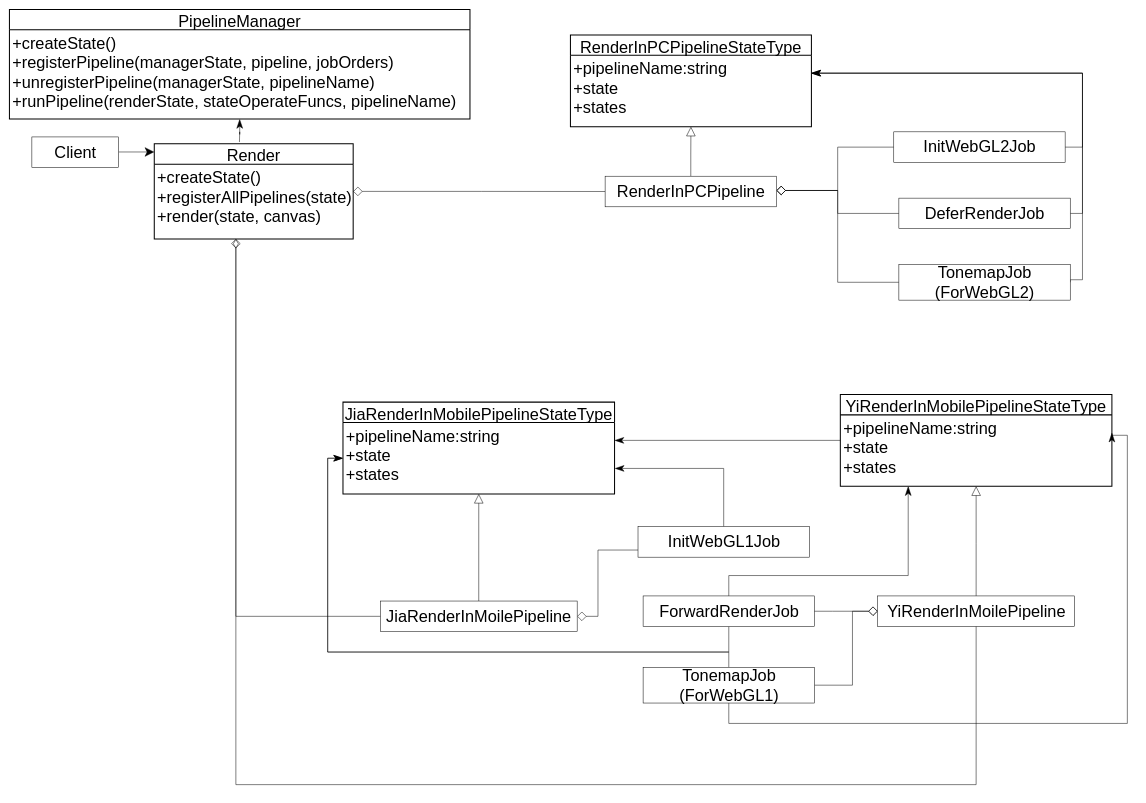
The draw.io diagram packages/管道模式/story_improve/UML.drawio in yyc-git/3DProgramPattern, before the edit. Source tidied: cells renumbered, new cells numbered last; positions are measured from the earlier drawing's top-left corner, leaving out a move shared by most shapes. Both pictures are drawn from the tidied source at 51%, with x=0, y=0 at pixel (9, 9).
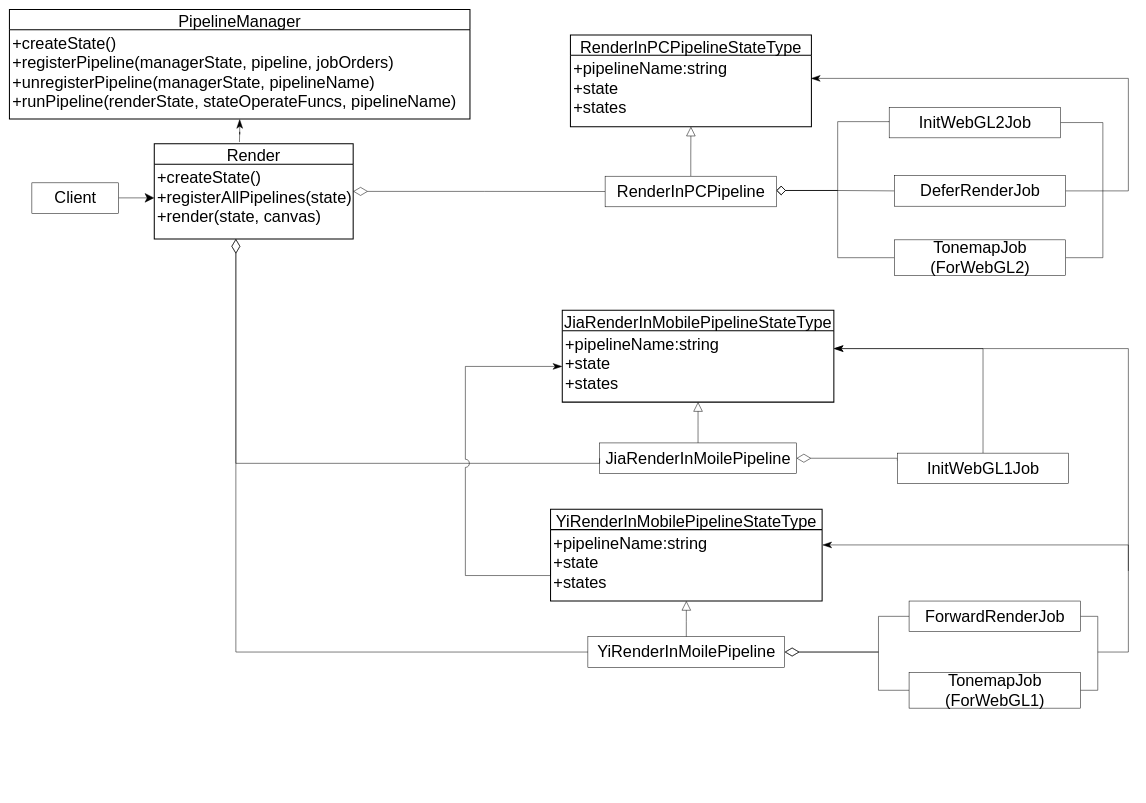
The same diagram, later.

Unchanged cells that the change refers to:
```xml
<mxCell id="7" value="Render" style="swimlane;horizontal=1;startSize=40;rounded=0;fontSize=32;fontStyle=0;strokeWidth=2;shadow=0;dashed=0;align=center;" parent="1" vertex="1">
  <mxGeometry x="284" y="263.5" width="390" height="186.5" as="geometry" />
</mxCell>
<mxCell id="8" value="+createState()&#10;+registerAllPipelines(state)&#10;+render(state, canvas)" style="align=left;strokeColor=none;fillColor=none;spacingLeft=4;fontSize=32;verticalAlign=top;" parent="7" vertex="1">
  <mxGeometry y="40" width="390" height="146.5" as="geometry" />
</mxCell>
<mxCell id="12" value="+pipelineName:string&#10;+state&#10;+states" style="align=left;strokeColor=none;fillColor=none;spacingLeft=4;fontSize=32;verticalAlign=top;" parent="11" vertex="1">
  <mxGeometry y="40" width="472.5" height="140" as="geometry" />
</mxCell>
<mxCell id="15" value="RenderInPCPipeline" style="html=1;fontSize=32;" parent="1" vertex="1">
  <mxGeometry x="1168" y="327" width="336" height="60" as="geometry" />
</mxCell>
<mxCell id="23" value="+pipelineName:string&#10;+state&#10;+states" style="align=left;strokeColor=none;fillColor=none;spacingLeft=4;fontSize=32;verticalAlign=top;" parent="22" vertex="1">
  <mxGeometry y="40" width="532.5" height="140" as="geometry" />
</mxCell>
<mxCell id="26" value="+pipelineName:string&#10;+state&#10;+states" style="align=left;strokeColor=none;fillColor=none;spacingLeft=4;fontSize=32;verticalAlign=top;" parent="25" vertex="1">
  <mxGeometry y="40" width="532.5" height="140" as="geometry" />
</mxCell>
```

Diff of the diagram source:
```diff
@@
-    <mxCell id="2" style="edgeStyle=orthogonalEdgeStyle;rounded=0;orthogonalLoop=1;jettySize=auto;html=1;endArrow=none;endFill=0;startSize=16;endSize=16;exitX=1;exitY=0.5;exitDx=0;exitDy=0;entryX=0;entryY=0.5;entryDx=0;entryDy=0;startArrow=diamond;startFill=0;" parent="1" edge="1">
+    <mxCell id="2" style="edgeStyle=orthogonalEdgeStyle;rounded=0;orthogonalLoop=1;jettySize=auto;html=1;endArrow=none;endFill=0;startSize=16;endSize=16;exitX=1;exitY=0.5;exitDx=0;exitDy=0;startArrow=diamond;startFill=0;" parent="1" edge="1">
       <mxGeometry relative="1" as="geometry">
         <mxPoint x="1504" y="355" as="sourcePoint" />
-        <mxPoint x="1734" y="270" as="targetPoint" />
+        <mxPoint x="1724" y="220" as="targetPoint" />
         <Array as="points">
           <mxPoint x="1624" y="355" />
-          <mxPoint x="1624" y="270" />
+          <mxPoint x="1624" y="220" />
+          <mxPoint x="1734" y="220" />
         </Array>
       </mxGeometry>
     </mxCell>
@@
-    <mxCell id="6" style="edgeStyle=orthogonalEdgeStyle;rounded=0;jettySize=auto;html=1;entryX=0;entryY=0.5;entryDx=0;entryDy=0;endArrow=none;endFill=0;startSize=16;endSize=16;startArrow=diamond;startFill=0;" parent="1" edge="1" source="7" target="15">
+    <mxCell id="6" style="edgeStyle=orthogonalEdgeStyle;rounded=0;jettySize=auto;html=1;entryX=0;entryY=0.5;entryDx=0;entryDy=0;endArrow=none;endFill=0;startSize=26;endSize=26;startArrow=diamondThin;startFill=0;" parent="1" edge="1" source="7" target="15">
       <mxGeometry relative="1" as="geometry" />
     </mxCell>
@@
     <mxCell id="9" style="edgeStyle=orthogonalEdgeStyle;rounded=0;jettySize=auto;html=1;fontSize=28;endArrow=classic;endFill=1;startSize=16;endSize=16;" parent="1" edge="1" source="10">
       <mxGeometry relative="1" as="geometry">
-        <mxPoint x="284" y="279.5" as="targetPoint" />
+        <mxPoint x="284" y="369.5" as="targetPoint" />
       </mxGeometry>
     </mxCell>
     <mxCell id="10" value="Client" style="html=1;fontSize=32;" parent="1" vertex="1">
-      <mxGeometry x="44" y="250" width="170" height="60" as="geometry" />
+      <mxGeometry x="44" y="340" width="170" height="60" as="geometry" />
     </mxCell>
@@
     <mxCell id="13" style="edgeStyle=orthogonalEdgeStyle;rounded=0;jettySize=auto;html=1;entryX=0;entryY=0.5;entryDx=0;entryDy=0;endArrow=none;endFill=0;endSize=16;startSize=16;startArrow=diamond;startFill=0;" parent="1" edge="1" source="15" target="19">
       <mxGeometry relative="1" as="geometry">
         <Array as="points">
           <mxPoint x="1624" y="355" />
-          <mxPoint x="1624" y="400" />
+          <mxPoint x="1624" y="356" />
         </Array>
       </mxGeometry>
     </mxCell>
     <mxCell id="14" style="edgeStyle=orthogonalEdgeStyle;rounded=0;jettySize=auto;html=1;entryX=0;entryY=0.5;entryDx=0;entryDy=0;endArrow=none;endFill=0;startSize=16;endSize=16;startArrow=diamond;startFill=0;" parent="1" edge="1" source="15" target="21">
       <mxGeometry relative="1" as="geometry">
         <Array as="points">
           <mxPoint x="1624" y="355" />
-          <mxPoint x="1624" y="535" />
+          <mxPoint x="1624" y="487" />
         </Array>
       </mxGeometry>
     </mxCell>
@@
-    <mxCell id="16" style="edgeStyle=orthogonalEdgeStyle;rounded=0;jettySize=auto;html=1;entryX=1;entryY=0.25;entryDx=0;entryDy=0;endArrow=classicThin;endFill=1;startSize=16;endSize=16;exitX=1;exitY=0.5;exitDx=0;exitDy=0;" parent="1" edge="1" source="17" target="12">
-      <mxGeometry relative="1" as="geometry">
-        <Array as="points">
-          <mxPoint x="2104" y="270" />
-          <mxPoint x="2104" y="125" />
-        </Array>
-      </mxGeometry>
-    </mxCell>
+    <mxCell id="45" style="edgeStyle=orthogonalEdgeStyle;rounded=0;jumpStyle=none;jumpSize=16;jettySize=auto;html=1;entryX=1;entryY=0.5;entryDx=0;entryDy=0;startArrow=none;startFill=0;endArrow=none;endFill=0;startSize=16;endSize=16;" parent="1" edge="1" source="17" target="21">
+      <mxGeometry relative="1" as="geometry">
+        <Array as="points">
+          <mxPoint x="2144" y="222" />
+          <mxPoint x="2144" y="487" />
+        </Array>
+      </mxGeometry>
+    </mxCell>
     <mxCell id="17" value="InitWebGL2Job" style="html=1;fontSize=32;" parent="1" vertex="1">
-      <mxGeometry x="1734" y="240" width="336" height="60" as="geometry" />
+      <mxGeometry x="1725" y="191.8" width="336" height="60" as="geometry" />
     </mxCell>
-    <mxCell id="18" style="edgeStyle=orthogonalEdgeStyle;rounded=0;jettySize=auto;html=1;entryX=1;entryY=0.25;entryDx=0;entryDy=0;endArrow=classicThin;endFill=1;startSize=16;endSize=16;exitX=1;exitY=0.5;exitDx=0;exitDy=0;" parent="1" edge="1" source="19" target="12">
+    <mxCell id="18" style="edgeStyle=orthogonalEdgeStyle;rounded=0;jumpStyle=none;jumpSize=16;jettySize=auto;html=1;startArrow=none;startFill=0;endArrow=classicThin;endFill=1;startSize=16;endSize=16;entryX=0.998;entryY=0.323;entryDx=0;entryDy=0;entryPerimeter=0;" parent="1" edge="1" source="19" target="12">
       <mxGeometry relative="1" as="geometry">
         <Array as="points">
-          <mxPoint x="2104" y="400" />
-          <mxPoint x="2104" y="125" />
+          <mxPoint x="2194" y="356" />
+          <mxPoint x="2194" y="135" />
         </Array>
       </mxGeometry>
     </mxCell>
     <mxCell id="19" value="DeferRenderJob" style="html=1;fontSize=32;" parent="1" vertex="1">
-      <mxGeometry x="1744" y="370" width="336" height="60" as="geometry" />
+      <mxGeometry x="1735" y="325.8" width="336" height="60" as="geometry" />
     </mxCell>
-    <mxCell id="20" style="edgeStyle=orthogonalEdgeStyle;rounded=0;jettySize=auto;html=1;entryX=1;entryY=0.25;entryDx=0;entryDy=0;endArrow=classicThin;endFill=1;startSize=16;endSize=16;exitX=1;exitY=0.5;exitDx=0;exitDy=0;" parent="1" edge="1" source="21" target="12">
-      <mxGeometry relative="1" as="geometry">
-        <Array as="points">
-          <mxPoint x="2104" y="530" />
-          <mxPoint x="2104" y="125" />
-        </Array>
-      </mxGeometry>
-    </mxCell>
     <mxCell id="21" value="TonemapJob&lt;br&gt;(ForWebGL2)" style="html=1;fontSize=32;" parent="1" vertex="1">
-      <mxGeometry x="1744" y="500" width="336" height="70" as="geometry" />
+      <mxGeometry x="1735" y="451.8" width="336" height="70" as="geometry" />
     </mxCell>
     <mxCell id="22" value="JiaRenderInMobilePipelineStateType" style="swimlane;horizontal=1;startSize=40;rounded=0;fontSize=32;fontStyle=0;strokeWidth=2;shadow=0;dashed=0;align=center;" parent="1" vertex="1">
-      <mxGeometry x="654" y="770" width="532.5" height="180" as="geometry" />
+      <mxGeometry x="1084" y="590" width="532.5" height="180" as="geometry" />
     </mxCell>
@@
-    <mxCell id="24" style="edgeStyle=orthogonalEdgeStyle;rounded=0;jettySize=auto;html=1;entryX=1;entryY=0.25;entryDx=0;entryDy=0;endArrow=classicThin;endFill=1;startSize=16;endSize=16;" parent="1" edge="1" source="25" target="23">
-      <mxGeometry relative="1" as="geometry" />
-    </mxCell>
     <mxCell id="25" value="YiRenderInMobilePipelineStateType" style="swimlane;horizontal=1;startSize=40;rounded=0;fontSize=32;fontStyle=0;strokeWidth=2;shadow=0;dashed=0;align=center;" parent="1" vertex="1">
-      <mxGeometry x="1629.2" y="755" width="532.5" height="180" as="geometry" />
+      <mxGeometry x="1061" y="980" width="532.5" height="180" as="geometry" />
     </mxCell>
@@
-    <mxCell id="27" style="edgeStyle=orthogonalEdgeStyle;rounded=0;jettySize=auto;html=1;endArrow=none;endFill=0;startSize=16;endSize=16;exitX=1;exitY=0.5;exitDx=0;exitDy=0;entryX=0;entryY=0.5;entryDx=0;entryDy=0;startArrow=diamond;startFill=0;" parent="1" edge="1" source="29">
+    <mxCell id="27" style="edgeStyle=orthogonalEdgeStyle;rounded=0;jettySize=auto;html=1;endArrow=none;endFill=0;startSize=26;endSize=26;exitX=1;exitY=0.5;exitDx=0;exitDy=0;entryX=0;entryY=0.25;entryDx=0;entryDy=0;startArrow=diamondThin;startFill=0;" parent="1" edge="1" source="29" target="31">
       <mxGeometry relative="1" as="geometry">
-        <mxPoint x="1232.5" y="1060" as="targetPoint" />
         <Array as="points">
-          <mxPoint x="1154" y="1190" />
-          <mxPoint x="1154" y="1060" />
+          <mxPoint x="1741" y="880" />
         </Array>
       </mxGeometry>
     </mxCell>
@@
     <mxCell id="29" value="JiaRenderInMoilePipeline" style="html=1;fontSize=32;" parent="1" vertex="1">
-      <mxGeometry x="727.2" y="1160" width="386" height="60" as="geometry" />
+      <mxGeometry x="1157.2" y="850" width="386" height="60" as="geometry" />
     </mxCell>
-    <mxCell id="30" style="edgeStyle=orthogonalEdgeStyle;rounded=0;jettySize=auto;html=1;endArrow=classicThin;endFill=1;startSize=16;endSize=16;exitX=0.5;exitY=0;exitDx=0;exitDy=0;" parent="1" edge="1" source="31">
+    <mxCell id="30" style="edgeStyle=orthogonalEdgeStyle;rounded=0;jettySize=auto;html=1;endArrow=classicThin;endFill=1;startSize=16;endSize=16;exitX=0.5;exitY=0;exitDx=0;exitDy=0;entryX=1;entryY=0.25;entryDx=0;entryDy=0;" parent="1" edge="1" source="31" target="23">
       <mxGeometry relative="1" as="geometry">
-        <mxPoint x="1187" y="900" as="targetPoint" />
         <Array as="points">
-          <mxPoint x="1401" y="900" />
+          <mxPoint x="1909" y="665" />
         </Array>
       </mxGeometry>
     </mxCell>
     <mxCell id="31" value="InitWebGL1Job" style="html=1;fontSize=32;" parent="1" vertex="1">
-      <mxGeometry x="1232.5" y="1014" width="336" height="60" as="geometry" />
+      <mxGeometry x="1741" y="870" width="336" height="60" as="geometry" />
     </mxCell>
-    <mxCell id="32" style="edgeStyle=orthogonalEdgeStyle;rounded=0;jettySize=auto;html=1;entryX=0.25;entryY=1;entryDx=0;entryDy=0;endArrow=classicThin;endFill=1;startSize=16;endSize=16;exitX=0.5;exitY=0;exitDx=0;exitDy=0;" parent="1" edge="1" source="34" target="26">
-      <mxGeometry relative="1" as="geometry">
-        <Array as="points">
-          <mxPoint x="1411" y="1110" />
-          <mxPoint x="1762" y="1110" />
-        </Array>
-      </mxGeometry>
-    </mxCell>
-    <mxCell id="33" style="edgeStyle=orthogonalEdgeStyle;rounded=0;jettySize=auto;html=1;entryX=0;entryY=0.5;entryDx=0;entryDy=0;endArrow=classicThin;endFill=1;startSize=16;endSize=16;" parent="1" edge="1" source="34" target="23">
-      <mxGeometry relative="1" as="geometry">
-        <Array as="points">
-          <mxPoint x="1410" y="1260" />
-          <mxPoint x="624" y="1260" />
-          <mxPoint x="624" y="880" />
-        </Array>
-      </mxGeometry>
-    </mxCell>
+    <mxCell id="46" style="edgeStyle=orthogonalEdgeStyle;rounded=0;jumpStyle=arc;jumpSize=26;orthogonalLoop=1;jettySize=auto;html=1;startArrow=none;startFill=0;endArrow=classicThin;endFill=1;startSize=16;endSize=16;" parent="1" edge="1">
+      <mxGeometry relative="1" as="geometry">
+        <mxPoint x="2194" y="1101" as="sourcePoint" />
+        <mxPoint x="1594" y="1050" as="targetPoint" />
+        <Array as="points">
+          <mxPoint x="2194" y="1050" />
+          <mxPoint x="1594" y="1050" />
+        </Array>
+      </mxGeometry>
+    </mxCell>
+    <mxCell id="47" style="edgeStyle=orthogonalEdgeStyle;rounded=0;jumpStyle=none;jumpSize=16;jettySize=auto;html=1;startArrow=none;startFill=0;endArrow=none;endFill=0;startSize=16;endSize=16;entryX=1;entryY=0.5;entryDx=0;entryDy=0;" parent="1" edge="1" source="34" target="41">
+      <mxGeometry relative="1" as="geometry">
+        <Array as="points">
+          <mxPoint x="2134" y="1190" />
+          <mxPoint x="2134" y="1335" />
+        </Array>
+      </mxGeometry>
+    </mxCell>
     <mxCell id="34" value="ForwardRenderJob" style="html=1;fontSize=32;" parent="1" vertex="1">
-      <mxGeometry x="1242.5" y="1150" width="336" height="60" as="geometry" />
+      <mxGeometry x="1764" y="1160" width="336" height="60" as="geometry" />
     </mxCell>
+    <mxCell id="37" style="edgeStyle=orthogonalEdgeStyle;rounded=0;jettySize=auto;html=1;endArrow=block;endFill=0;startSize=16;endSize=16;" parent="1" edge="1" source="38" target="26">
+      <mxGeometry relative="1" as="geometry" />
+    </mxCell>
-    <mxCell id="35" style="edgeStyle=orthogonalEdgeStyle;rounded=0;jettySize=auto;html=1;endArrow=none;endFill=0;startSize=16;endSize=16;exitX=0;exitY=0.5;exitDx=0;exitDy=0;entryX=1;entryY=0.5;entryDx=0;entryDy=0;startArrow=diamond;startFill=0;" parent="1" edge="1" source="38" target="34">
+    <mxCell id="35" style="edgeStyle=orthogonalEdgeStyle;rounded=0;jumpStyle=arc;jumpSize=26;jettySize=auto;html=1;entryX=0;entryY=0.5;entryDx=0;entryDy=0;startArrow=diamondThin;startFill=0;startSize=26;endSize=26;endArrow=none;endFill=0;" parent="1" edge="1" source="38" target="34">
       <mxGeometry relative="1" as="geometry">
         <Array as="points">
-          <mxPoint x="1614" y="1180" />
-          <mxPoint x="1614" y="1180" />
+          <mxPoint x="1704" y="1260" />
+          <mxPoint x="1704" y="1190" />
         </Array>
       </mxGeometry>
     </mxCell>
-    <mxCell id="36" style="edgeStyle=orthogonalEdgeStyle;rounded=0;jettySize=auto;html=1;entryX=1;entryY=0.5;entryDx=0;entryDy=0;endArrow=none;endFill=0;startSize=16;endSize=16;exitX=0;exitY=0.5;exitDx=0;exitDy=0;startArrow=diamond;startFill=0;" parent="1" edge="1" source="38" target="41">
+    <mxCell id="36" style="edgeStyle=orthogonalEdgeStyle;rounded=0;jumpStyle=arc;jumpSize=26;jettySize=auto;html=1;entryX=0;entryY=0.5;entryDx=0;entryDy=0;startArrow=diamondThin;startFill=0;endArrow=none;endFill=0;startSize=26;endSize=26;" parent="1" edge="1" source="38" target="41">
       <mxGeometry relative="1" as="geometry">
         <Array as="points">
-          <mxPoint x="1653" y="1180" />
-          <mxPoint x="1653" y="1325" />
+          <mxPoint x="1704" y="1260" />
+          <mxPoint x="1704" y="1335" />
         </Array>
       </mxGeometry>
     </mxCell>
-    <mxCell id="37" style="edgeStyle=orthogonalEdgeStyle;rounded=0;jettySize=auto;html=1;endArrow=block;endFill=0;startSize=16;endSize=16;" parent="1" edge="1" source="38" target="26">
-      <mxGeometry relative="1" as="geometry" />
-    </mxCell>
     <mxCell id="38" value="YiRenderInMoilePipeline" style="html=1;fontSize=32;" parent="1" vertex="1">
-      <mxGeometry x="1702.5" y="1150" width="386" height="60" as="geometry" />
+      <mxGeometry x="1134.2" y="1230" width="386" height="60" as="geometry" />
     </mxCell>
-    <mxCell id="39" style="edgeStyle=orthogonalEdgeStyle;rounded=0;jettySize=auto;html=1;entryX=1;entryY=0.25;entryDx=0;entryDy=0;endArrow=classicThin;endFill=1;startSize=16;endSize=16;exitX=0.5;exitY=1;exitDx=0;exitDy=0;" parent="1" edge="1" source="41" target="26">
-      <mxGeometry relative="1" as="geometry">
-        <Array as="points">
-          <mxPoint x="1411" y="1400" />
-          <mxPoint x="2192" y="1400" />
-          <mxPoint x="2192" y="835" />
-        </Array>
-      </mxGeometry>
-    </mxCell>
-    <mxCell id="40" style="edgeStyle=orthogonalEdgeStyle;rounded=0;jettySize=auto;html=1;entryX=0;entryY=0.5;entryDx=0;entryDy=0;endArrow=classicThin;endFill=1;startSize=16;endSize=16;exitX=0.5;exitY=0;exitDx=0;exitDy=0;" parent="1" edge="1" source="41" target="23">
-      <mxGeometry relative="1" as="geometry">
-        <Array as="points">
-          <mxPoint x="1411" y="1260" />
-          <mxPoint x="624" y="1260" />
-          <mxPoint x="624" y="880" />
-        </Array>
-      </mxGeometry>
-    </mxCell>
+    <mxCell id="48" style="edgeStyle=orthogonalEdgeStyle;rounded=0;jumpStyle=arc;jumpSize=26;jettySize=auto;html=1;entryX=1;entryY=0.25;entryDx=0;entryDy=0;startArrow=none;startFill=0;endArrow=classicThin;endFill=1;startSize=16;endSize=16;" parent="1" edge="1" target="23">
+      <mxGeometry relative="1" as="geometry">
+        <mxPoint x="2134" y="1260" as="sourcePoint" />
+        <Array as="points">
+          <mxPoint x="2194" y="1260" />
+          <mxPoint x="2194" y="665" />
+        </Array>
+      </mxGeometry>
+    </mxCell>
     <mxCell id="41" value="TonemapJob&lt;br&gt;(ForWebGL1)" style="html=1;fontSize=32;" parent="1" vertex="1">
-      <mxGeometry x="1242.5" y="1290" width="336" height="70" as="geometry" />
+      <mxGeometry x="1764" y="1300" width="336" height="70" as="geometry" />
     </mxCell>
-    <mxCell id="42" style="edgeStyle=orthogonalEdgeStyle;rounded=0;jettySize=auto;html=1;entryX=0;entryY=0.5;entryDx=0;entryDy=0;endArrow=none;endFill=0;startSize=16;endSize=16;startArrow=diamond;startFill=0;" parent="1" edge="1" source="8" target="29">
+    <mxCell id="42" style="edgeStyle=orthogonalEdgeStyle;rounded=0;jettySize=auto;html=1;entryX=0;entryY=0.5;entryDx=0;entryDy=0;endArrow=none;endFill=0;startSize=26;endSize=26;startArrow=diamondThin;startFill=0;jumpStyle=arc;jumpSize=26;" parent="1" edge="1" source="8" target="29">
       <mxGeometry relative="1" as="geometry">
         <Array as="points">
-          <mxPoint x="444" y="1190" />
+          <mxPoint x="444" y="890" />
+          <mxPoint x="1157" y="890" />
         </Array>
       </mxGeometry>
     </mxCell>
-    <mxCell id="43" style="edgeStyle=orthogonalEdgeStyle;rounded=0;jettySize=auto;html=1;entryX=0.5;entryY=1;entryDx=0;entryDy=0;endArrow=none;endFill=0;startSize=16;endSize=16;startArrow=diamondThin;startFill=0;" parent="1" edge="1" source="8" target="38">
+    <mxCell id="43" style="edgeStyle=orthogonalEdgeStyle;rounded=0;jettySize=auto;html=1;entryX=0;entryY=0.5;entryDx=0;entryDy=0;endArrow=none;endFill=0;startSize=26;endSize=26;startArrow=diamondThin;startFill=0;jumpStyle=arc;jumpSize=26;" parent="1" edge="1" source="8" target="38">
       <mxGeometry relative="1" as="geometry">
         <Array as="points">
-          <mxPoint x="444" y="1520" />
-          <mxPoint x="1896" y="1520" />
+          <mxPoint x="444" y="1260" />
         </Array>
       </mxGeometry>
     </mxCell>
@@
+    <mxCell id="49" style="edgeStyle=orthogonalEdgeStyle;rounded=0;jumpStyle=arc;jumpSize=16;jettySize=auto;html=1;entryX=0;entryY=0.5;entryDx=0;entryDy=0;startArrow=none;startFill=0;endArrow=classicThin;endFill=1;startSize=16;endSize=16;exitX=0;exitY=0.5;exitDx=0;exitDy=0;" parent="1" edge="1" source="26" target="23">
+      <mxGeometry relative="1" as="geometry">
+        <Array as="points">
+          <mxPoint x="1061" y="1110" />
+          <mxPoint x="894" y="1110" />
+          <mxPoint x="894" y="700" />
+        </Array>
+      </mxGeometry>
+    </mxCell>
```
